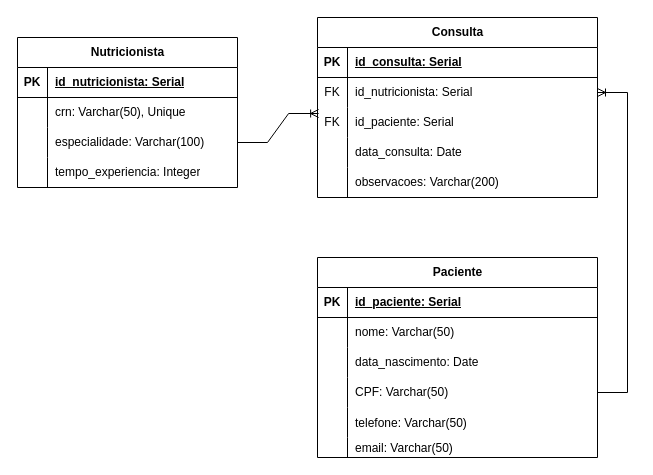
The draw.io diagram Diagrama sem nome.drawio in Felippeks/MS2S05, before the edit. Source tidied: cells renumbered, new cells numbered last; positions are measured from the earlier drawing's top-left corner, leaving out a move shared by most shapes. Both pictures are drawn from the tidied source at 100%, with x=0, y=0 at pixel (17, 17).
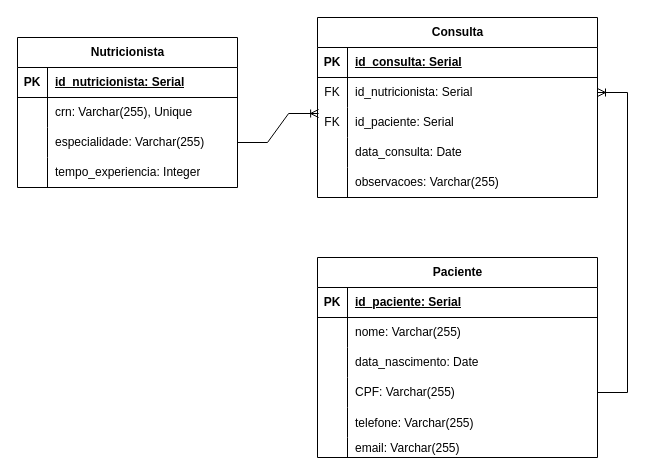
After the change.

The change refers to these unchanged cells:
```xml
<mxCell id="6" style="shape=tableRow;horizontal=0;startSize=0;swimlaneHead=0;swimlaneBody=0;fillColor=none;top=0;left=0;right=0;bottom=0;" parent="2" vertex="1">
  <mxGeometry y="60" width="220" height="30" as="geometry" />
</mxCell>
<mxCell id="9" style="shape=tableRow;horizontal=0;startSize=0;swimlaneHead=0;swimlaneBody=0;fillColor=none;points=[[0,0.5],[1,0.5]];portConstraint=eastwest;top=0;left=0;right=0;bottom=0;" parent="2" vertex="1">
  <mxGeometry y="90" width="220" height="30" as="geometry" />
</mxCell>
<mxCell id="19" style="shape=tableRow;horizontal=0;startSize=0;swimlaneHead=0;swimlaneBody=0;fillColor=none;top=0;left=0;right=0;bottom=0;" parent="15" vertex="1">
  <mxGeometry y="60" width="280" height="30" as="geometry" />
</mxCell>
<mxCell id="25" style="shape=tableRow;horizontal=0;startSize=0;swimlaneHead=0;swimlaneBody=0;fillColor=none;points=[[0,0.5],[1,0.5]];portConstraint=eastwest;top=0;left=0;right=0;bottom=0;" parent="15" vertex="1">
  <mxGeometry y="120" width="280" height="30" as="geometry" />
</mxCell>
<mxCell id="28" style="shape=tableRow;horizontal=0;startSize=0;swimlaneHead=0;swimlaneBody=0;fillColor=none;top=0;left=0;right=0;bottom=0;" parent="15" vertex="1">
  <mxGeometry y="150" width="280" height="30" as="geometry" />
</mxCell>
<mxCell id="31" style="shape=tableRow;horizontal=0;startSize=0;swimlaneHead=0;swimlaneBody=0;fillColor=none;top=0;left=0;right=0;bottom=0;" parent="15" vertex="1">
  <mxGeometry y="180" width="280" height="20" as="geometry" />
</mxCell>
<mxCell id="47" style="shape=tableRow;horizontal=0;startSize=0;swimlaneHead=0;swimlaneBody=0;fillColor=none;top=0;left=0;right=0;bottom=0;" parent="34" vertex="1">
  <mxGeometry y="150" width="280" height="30" as="geometry" />
</mxCell>
```

Diff of the diagram source:
```diff
@@
-    <mxCell id="8" value="crn&lt;span style=&quot;background-color: initial;&quot;&gt;: Varchar(50), Unique&lt;/span&gt;" style="shape=partialRectangle;fillColor=none;top=0;left=0;bottom=0;right=0;align=left;spacingLeft=6;overflow=hidden;whiteSpace=wrap;html=1;" parent="6" vertex="1">
+    <mxCell id="8" value="crn&lt;span style=&quot;background-color: initial;&quot;&gt;: Varchar(255), Unique&lt;/span&gt;" style="shape=partialRectangle;fillColor=none;top=0;left=0;bottom=0;right=0;align=left;spacingLeft=6;overflow=hidden;whiteSpace=wrap;html=1;" parent="6" vertex="1">
       <mxGeometry x="30" width="190" height="30" as="geometry" />
     </mxCell>
@@
-    <mxCell id="11" value="especialidade: Varchar(100)" style="shape=partialRectangle;fillColor=none;top=0;left=0;bottom=0;right=0;align=left;spacingLeft=6;overflow=hidden;whiteSpace=wrap;html=1;" parent="9" vertex="1">
+    <mxCell id="11" value="especialidade: Varchar(255)" style="shape=partialRectangle;fillColor=none;top=0;left=0;bottom=0;right=0;align=left;spacingLeft=6;overflow=hidden;whiteSpace=wrap;html=1;" parent="9" vertex="1">
       <mxGeometry x="30" width="190" height="30" as="geometry" />
     </mxCell>
@@
-    <mxCell id="21" value="nome: Varchar(50)" style="shape=partialRectangle;fillColor=none;top=0;left=0;bottom=0;right=0;align=left;spacingLeft=6;overflow=hidden;whiteSpace=wrap;html=1;" parent="19" vertex="1">
+    <mxCell id="21" value="nome: Varchar(255)" style="shape=partialRectangle;fillColor=none;top=0;left=0;bottom=0;right=0;align=left;spacingLeft=6;overflow=hidden;whiteSpace=wrap;html=1;" parent="19" vertex="1">
       <mxGeometry x="30" width="250" height="30" as="geometry" />
     </mxCell>
@@
-    <mxCell id="27" value="CPF: Varchar(50)" style="shape=partialRectangle;fillColor=none;top=0;left=0;bottom=0;right=0;align=left;spacingLeft=6;overflow=hidden;whiteSpace=wrap;html=1;" parent="25" vertex="1">
+    <mxCell id="27" value="CPF: Varchar(255)" style="shape=partialRectangle;fillColor=none;top=0;left=0;bottom=0;right=0;align=left;spacingLeft=6;overflow=hidden;whiteSpace=wrap;html=1;" parent="25" vertex="1">
       <mxGeometry x="30" width="250" height="30" as="geometry" />
     </mxCell>
@@
-    <mxCell id="30" value="telefone: Varchar(50)" style="shape=partialRectangle;fillColor=none;top=0;left=0;bottom=0;right=0;align=left;spacingLeft=6;overflow=hidden;" parent="28" vertex="1">
+    <mxCell id="30" value="telefone: Varchar(255)" style="shape=partialRectangle;fillColor=none;top=0;left=0;bottom=0;right=0;align=left;spacingLeft=6;overflow=hidden;" parent="28" vertex="1">
       <mxGeometry x="30" width="250" height="30" as="geometry" />
     </mxCell>
@@
-    <mxCell id="33" value="email: Varchar(50)" style="shape=partialRectangle;fillColor=none;top=0;left=0;bottom=0;right=0;align=left;spacingLeft=6;overflow=hidden;" parent="31" vertex="1">
+    <mxCell id="33" value="email: Varchar(255)" style="shape=partialRectangle;fillColor=none;top=0;left=0;bottom=0;right=0;align=left;spacingLeft=6;overflow=hidden;" parent="31" vertex="1">
       <mxGeometry x="30" width="250" height="20" as="geometry" />
     </mxCell>
@@
-    <mxCell id="49" value="observacoes: Varchar(200)" style="shape=partialRectangle;fillColor=none;top=0;left=0;bottom=0;right=0;align=left;spacingLeft=6;overflow=hidden;whiteSpace=wrap;html=1;" parent="47" vertex="1">
+    <mxCell id="49" value="observacoes: Varchar(255)" style="shape=partialRectangle;fillColor=none;top=0;left=0;bottom=0;right=0;align=left;spacingLeft=6;overflow=hidden;whiteSpace=wrap;html=1;" parent="47" vertex="1">
       <mxGeometry x="30" width="250" height="30" as="geometry" />
     </mxCell>
```
